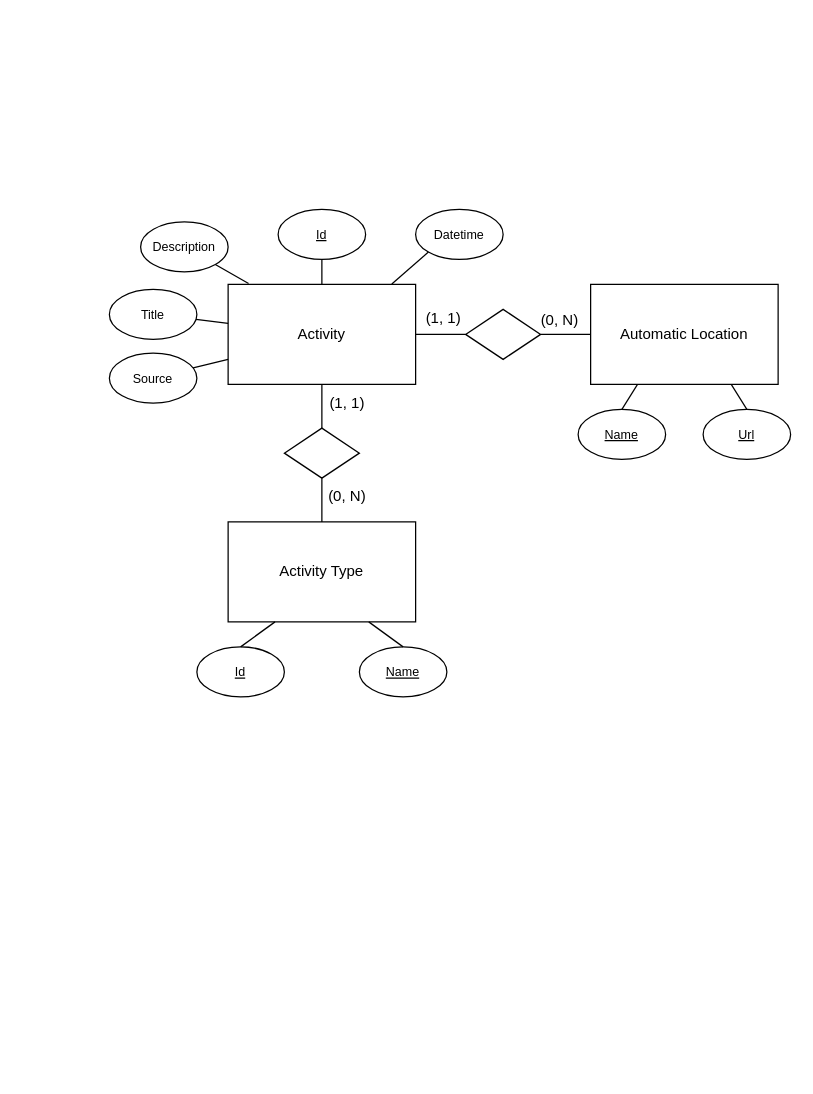
merojosa/agenda-cultural-cr keeps this draw.io diagram as packages/db-schema/assets/ACCR-EER.drawio. Above is the earlier version. Source tidied: cells renumbered, new cells numbered last; positions are measured from the earlier drawing's top-left corner, leaving out a move shared by most shapes. Both pictures are drawn from the tidied source at 125%, with x=0, y=0 at pixel (109, 209).
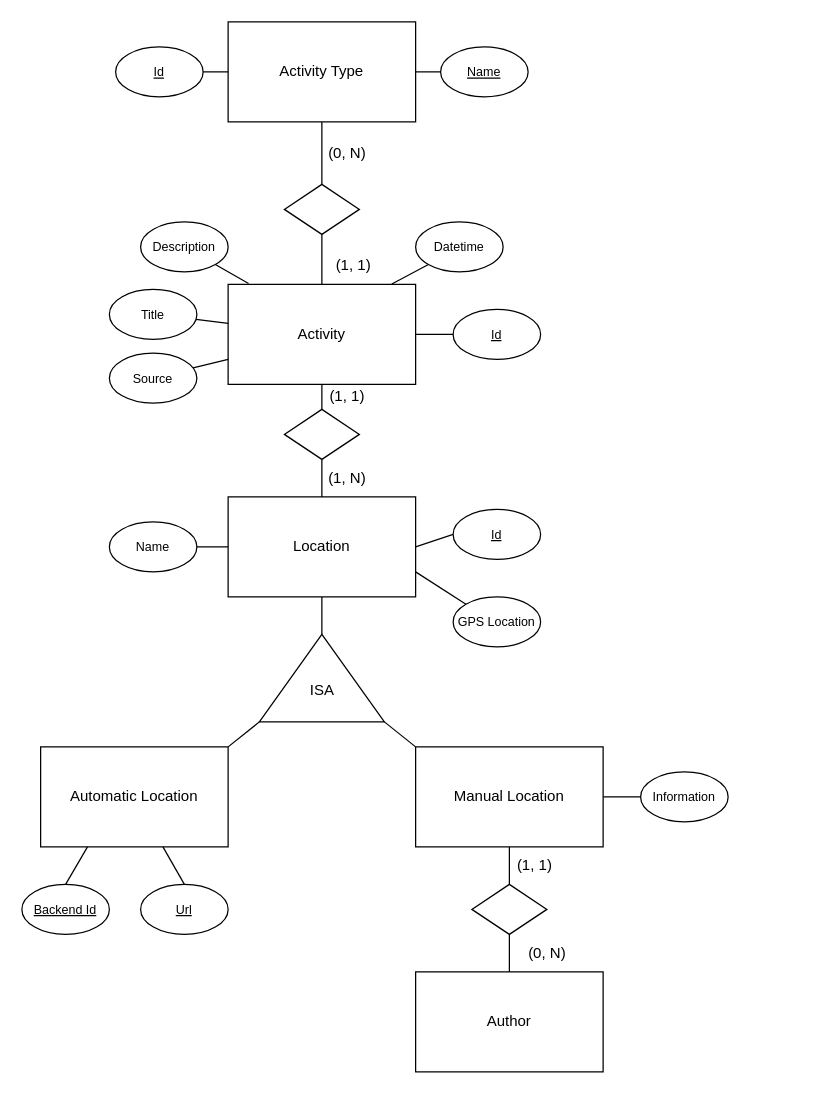
The same page after the edit.

Unchanged cells that the change refers to:
```xml
<mxCell id="3" value="Activity" style="rounded=0;whiteSpace=wrap;html=1;" parent="1" vertex="1">
  <mxGeometry x="95" y="60" width="150" height="80" as="geometry" />
</mxCell>
```

The edit, as a diff of the source:
```diff
@@
     <mxCell id="8" value="&lt;font style=&quot;font-size: 10px;&quot;&gt;Datetime&lt;/font&gt;" style="ellipse;whiteSpace=wrap;html=1;" parent="1" vertex="1">
-      <mxGeometry x="245" width="70" height="40" as="geometry" />
+      <mxGeometry x="245" y="10" width="70" height="40" as="geometry" />
     </mxCell>
@@
     <mxCell id="10" value="Activity Type" style="rounded=0;whiteSpace=wrap;html=1;" parent="1" vertex="1">
-      <mxGeometry x="95" y="250" width="150" height="80" as="geometry" />
+      <mxGeometry x="95" y="-150" width="150" height="80" as="geometry" />
     </mxCell>
@@
     <mxCell id="12" style="rhombus;whiteSpace=wrap;html=1;" parent="1" vertex="1">
-      <mxGeometry x="140" y="175" width="60" height="40" as="geometry" />
+      <mxGeometry x="140" y="-20" width="60" height="40" as="geometry" />
     </mxCell>
     <mxCell id="13" value="(0, N)" style="text;html=1;align=center;verticalAlign=middle;strokeColor=none;fillColor=none;" parent="1" vertex="1">
-      <mxGeometry x="165" y="215" width="50" height="30" as="geometry" />
+      <mxGeometry x="165" y="-60" width="50" height="30" as="geometry" />
     </mxCell>
     <mxCell id="14" value="(1, 1)" style="text;html=1;align=center;verticalAlign=middle;strokeColor=none;fillColor=none;" parent="1" vertex="1">
-      <mxGeometry x="165" y="140" width="50" height="30" as="geometry" />
+      <mxGeometry x="170" y="30" width="50" height="30" as="geometry" />
     </mxCell>
     <mxCell id="15" value="&lt;font style=&quot;font-size: 10px;&quot;&gt;&lt;u&gt;Id&lt;/u&gt;&lt;/font&gt;" style="ellipse;whiteSpace=wrap;html=1;" parent="1" vertex="1">
-      <mxGeometry x="70" y="350" width="70" height="40" as="geometry" />
+      <mxGeometry x="5" y="-130" width="70" height="40" as="geometry" />
     </mxCell>
     <mxCell id="16" value="&lt;font style=&quot;font-size: 10px;&quot;&gt;&lt;u&gt;Name&lt;/u&gt;&lt;/font&gt;" style="ellipse;whiteSpace=wrap;html=1;" parent="1" vertex="1">
-      <mxGeometry x="200" y="350" width="70" height="40" as="geometry" />
+      <mxGeometry x="265" y="-130" width="70" height="40" as="geometry" />
     </mxCell>
-    <mxCell id="17" style="endArrow=none;html=1;rounded=0;entryX=0.25;entryY=1;entryDx=0;entryDy=0;endFill=0;" parent="1" edge="1" target="10">
-      <mxGeometry relative="1" as="geometry">
-        <mxPoint x="105" y="350" as="sourcePoint" />
-      </mxGeometry>
+    <mxCell id="17" style="endArrow=none;html=1;rounded=0;entryX=0;entryY=0.5;entryDx=0;entryDy=0;endFill=0;exitX=1;exitY=0.5;exitDx=0;exitDy=0;" parent="1" edge="1" source="15" target="10">
+      <mxGeometry relative="1" as="geometry" />
     </mxCell>
-    <mxCell id="18" style="endArrow=none;html=1;rounded=0;entryX=0.75;entryY=1;entryDx=0;entryDy=0;exitX=0.5;exitY=0;exitDx=0;exitDy=0;endFill=0;" parent="1" edge="1" source="16" target="10">
+    <mxCell id="18" style="endArrow=none;html=1;rounded=0;entryX=1;entryY=0.5;entryDx=0;entryDy=0;exitX=0;exitY=0.5;exitDx=0;exitDy=0;endFill=0;" parent="1" edge="1" source="16" target="10">
       <mxGeometry relative="1" as="geometry" />
     </mxCell>
     <mxCell id="19" value="&lt;font style=&quot;font-size: 10px;&quot;&gt;&lt;u&gt;Id&lt;/u&gt;&lt;/font&gt;" style="ellipse;whiteSpace=wrap;html=1;" parent="1" vertex="1">
-      <mxGeometry x="135" width="70" height="40" as="geometry" />
+      <mxGeometry x="275" y="80" width="70" height="40" as="geometry" />
     </mxCell>
-    <mxCell id="20" style="endArrow=none;html=1;rounded=0;exitX=0.5;exitY=1;exitDx=0;exitDy=0;endFill=0;entryX=0.5;entryY=0;entryDx=0;entryDy=0;" parent="1" edge="1" source="19" target="3">
+    <mxCell id="20" style="endArrow=none;html=1;rounded=0;exitX=0;exitY=0.5;exitDx=0;exitDy=0;endFill=0;entryX=1;entryY=0.5;entryDx=0;entryDy=0;" parent="1" edge="1" source="19" target="3">
       <mxGeometry relative="1" as="geometry" />
     </mxCell>
+    <mxCell id="33" style="edgeStyle=orthogonalEdgeStyle;rounded=0;jettySize=auto;html=1;entryX=0;entryY=0;entryDx=50;entryDy=0;entryPerimeter=0;endArrow=none;endFill=0;" parent="1" edge="1" source="21" target="36">
+      <mxGeometry relative="1" as="geometry" />
+    </mxCell>
-    <mxCell id="21" value="Automatic Location" style="rounded=0;whiteSpace=wrap;html=1;" parent="1" vertex="1">
-      <mxGeometry x="385" y="60" width="150" height="80" as="geometry" />
+    <mxCell id="21" value="Location" style="rounded=0;whiteSpace=wrap;html=1;" parent="1" vertex="1">
+      <mxGeometry x="95" y="230" width="150" height="80" as="geometry" />
     </mxCell>
-    <mxCell id="22" value="&lt;font style=&quot;font-size: 10px;&quot;&gt;&lt;u&gt;Name&lt;/u&gt;&lt;/font&gt;" style="ellipse;whiteSpace=wrap;html=1;" parent="1" vertex="1">
-      <mxGeometry x="375" y="160" width="70" height="40" as="geometry" />
+    <mxCell id="22" value="&lt;font style=&quot;font-size: 10px;&quot;&gt;Name&lt;/font&gt;" style="ellipse;whiteSpace=wrap;html=1;" parent="1" vertex="1">
+      <mxGeometry y="250" width="70" height="40" as="geometry" />
     </mxCell>
-    <mxCell id="23" value="&lt;font style=&quot;font-size: 10px;&quot;&gt;&lt;u&gt;Url&lt;/u&gt;&lt;/font&gt;" style="ellipse;whiteSpace=wrap;html=1;" parent="1" vertex="1">
-      <mxGeometry x="475" y="160" width="70" height="40" as="geometry" />
+    <mxCell id="23" value="&lt;font style=&quot;font-size: 10px;&quot;&gt;&lt;u&gt;Id&lt;/u&gt;&lt;/font&gt;" style="ellipse;whiteSpace=wrap;html=1;" parent="1" vertex="1">
+      <mxGeometry x="275" y="240" width="70" height="40" as="geometry" />
     </mxCell>
@@
     <mxCell id="26" style="rhombus;whiteSpace=wrap;html=1;" parent="1" vertex="1">
-      <mxGeometry x="285" y="80" width="60" height="40" as="geometry" />
+      <mxGeometry x="140" y="160" width="60" height="40" as="geometry" />
     </mxCell>
     <mxCell id="27" value="(1, 1)" style="text;html=1;align=center;verticalAlign=middle;strokeColor=none;fillColor=none;" parent="1" vertex="1">
-      <mxGeometry x="242" y="72" width="50" height="30" as="geometry" />
+      <mxGeometry x="165" y="135" width="50" height="30" as="geometry" />
     </mxCell>
-    <mxCell id="28" value="(0, N)" style="text;html=1;align=center;verticalAlign=middle;strokeColor=none;fillColor=none;" parent="1" vertex="1">
-      <mxGeometry x="335" y="74" width="50" height="30" as="geometry" />
+    <mxCell id="28" value="(1, N)" style="text;html=1;align=center;verticalAlign=middle;strokeColor=none;fillColor=none;" parent="1" vertex="1">
+      <mxGeometry x="165" y="200" width="50" height="30" as="geometry" />
     </mxCell>
-    <mxCell id="29" style="endArrow=none;html=1;rounded=0;exitX=0.5;exitY=0;exitDx=0;exitDy=0;entryX=0.25;entryY=1;entryDx=0;entryDy=0;endFill=0;" parent="1" edge="1" source="22" target="21">
+    <mxCell id="29" style="endArrow=none;html=1;rounded=0;exitX=1;exitY=0.5;exitDx=0;exitDy=0;entryX=0;entryY=0.5;entryDx=0;entryDy=0;endFill=0;" parent="1" edge="1" source="22" target="21">
       <mxGeometry relative="1" as="geometry" />
     </mxCell>
-    <mxCell id="30" style="endArrow=none;html=1;rounded=0;exitX=0.75;exitY=1;exitDx=0;exitDy=0;entryX=0.5;entryY=0;entryDx=0;entryDy=0;endFill=0;" parent="1" edge="1" source="21" target="23">
+    <mxCell id="30" style="endArrow=none;html=1;rounded=0;exitX=1;exitY=0.5;exitDx=0;exitDy=0;entryX=0;entryY=0.5;entryDx=0;entryDy=0;endFill=0;" parent="1" edge="1" source="21" target="23">
       <mxGeometry relative="1" as="geometry" />
     </mxCell>
@@
+    <mxCell id="34" style="group;" parent="1" vertex="1">
+      <mxGeometry x="120" y="340" width="100" height="70" as="geometry" />
+    </mxCell>
+    <mxCell id="35" style="group;" parent="34" vertex="1">
+      <mxGeometry width="100" height="70" as="geometry" />
+    </mxCell>
+    <mxCell id="36" style="verticalLabelPosition=bottom;verticalAlign=top;html=1;shape=mxgraph.basic.acute_triangle;dx=0.5;" parent="35" vertex="1">
+      <mxGeometry width="100" height="70" as="geometry" />
+    </mxCell>
+    <mxCell id="37" value="ISA" style="text;html=1;align=center;verticalAlign=middle;strokeColor=none;fillColor=none;" parent="35" vertex="1">
+      <mxGeometry x="30" y="30" width="40" height="30" as="geometry" />
+    </mxCell>
+    <mxCell id="38" value="Automatic Location" style="rounded=0;whiteSpace=wrap;html=1;" parent="1" vertex="1">
+      <mxGeometry x="-55" y="430" width="150" height="80" as="geometry" />
+    </mxCell>
+    <mxCell id="39" value="Manual Location" style="rounded=0;whiteSpace=wrap;html=1;" parent="1" vertex="1">
+      <mxGeometry x="245" y="430" width="150" height="80" as="geometry" />
+    </mxCell>
+    <mxCell id="40" style="endArrow=none;html=1;rounded=0;entryX=0;entryY=1;entryDx=0;entryDy=0;entryPerimeter=0;exitX=1;exitY=0;exitDx=0;exitDy=0;" parent="1" edge="1" source="38" target="36">
+      <mxGeometry relative="1" as="geometry" />
+    </mxCell>
+    <mxCell id="41" style="endArrow=none;html=1;rounded=0;entryX=1;entryY=1;entryDx=0;entryDy=0;entryPerimeter=0;exitX=0;exitY=0;exitDx=0;exitDy=0;" parent="1" edge="1" source="39" target="36">
+      <mxGeometry relative="1" as="geometry" />
+    </mxCell>
+    <mxCell id="42" style="rounded=0;jettySize=auto;html=1;endArrow=none;endFill=0;exitX=0.5;exitY=0;exitDx=0;exitDy=0;" parent="1" edge="1" source="43" target="38">
+      <mxGeometry relative="1" as="geometry" />
+    </mxCell>
+    <mxCell id="43" value="&lt;font style=&quot;font-size: 10px;&quot;&gt;&lt;u&gt;Url&lt;/u&gt;&lt;/font&gt;" style="ellipse;whiteSpace=wrap;html=1;" parent="1" vertex="1">
+      <mxGeometry x="25" y="540" width="70" height="40" as="geometry" />
+    </mxCell>
+    <mxCell id="44" value="Author" style="rounded=0;whiteSpace=wrap;html=1;" parent="1" vertex="1">
+      <mxGeometry x="245" y="610" width="150" height="80" as="geometry" />
+    </mxCell>
+    <mxCell id="45" style="rhombus;whiteSpace=wrap;html=1;" parent="1" vertex="1">
+      <mxGeometry x="290" y="540" width="60" height="40" as="geometry" />
+    </mxCell>
+    <mxCell id="46" style="endArrow=none;html=1;rounded=0;entryX=0.5;entryY=1;entryDx=0;entryDy=0;exitX=0.5;exitY=0;exitDx=0;exitDy=0;" parent="1" edge="1" source="45" target="39">
+      <mxGeometry relative="1" as="geometry" />
+    </mxCell>
+    <mxCell id="47" style="endArrow=none;html=1;rounded=0;entryX=0.5;entryY=1;entryDx=0;entryDy=0;exitX=0.5;exitY=0;exitDx=0;exitDy=0;" parent="1" edge="1" source="44" target="45">
+      <mxGeometry relative="1" as="geometry" />
+    </mxCell>
+    <mxCell id="48" value="(1, 1)" style="text;html=1;align=center;verticalAlign=middle;strokeColor=none;fillColor=none;" parent="1" vertex="1">
+      <mxGeometry x="315" y="510" width="50" height="30" as="geometry" />
+    </mxCell>
+    <mxCell id="49" value="(0, N)" style="text;html=1;align=center;verticalAlign=middle;strokeColor=none;fillColor=none;" parent="1" vertex="1">
+      <mxGeometry x="325" y="580" width="50" height="30" as="geometry" />
+    </mxCell>
+    <mxCell id="50" value="&lt;font style=&quot;font-size: 10px;&quot;&gt;Information&lt;/font&gt;" style="ellipse;whiteSpace=wrap;html=1;" parent="1" vertex="1">
+      <mxGeometry x="425" y="450" width="70" height="40" as="geometry" />
+    </mxCell>
+    <mxCell id="51" style="endArrow=none;html=1;rounded=0;entryX=0;entryY=0.5;entryDx=0;entryDy=0;exitX=1;exitY=0.5;exitDx=0;exitDy=0;" parent="1" edge="1" source="39" target="50">
+      <mxGeometry relative="1" as="geometry" />
+    </mxCell>
+    <mxCell id="52" value="&lt;span style=&quot;font-size: 10px;&quot;&gt;GPS Location&lt;/span&gt;" style="ellipse;whiteSpace=wrap;html=1;" parent="1" vertex="1">
+      <mxGeometry x="275" y="310" width="70" height="40" as="geometry" />
+    </mxCell>
+    <mxCell id="53" style="endArrow=none;html=1;rounded=0;entryX=0;entryY=0;entryDx=0;entryDy=0;exitX=1;exitY=0.75;exitDx=0;exitDy=0;" parent="1" edge="1" source="21" target="52">
+      <mxGeometry relative="1" as="geometry" />
+    </mxCell>
+    <mxCell id="54" value="&lt;font style=&quot;font-size: 10px;&quot;&gt;&lt;u&gt;Backend Id&lt;/u&gt;&lt;/font&gt;" style="ellipse;whiteSpace=wrap;html=1;" parent="1" vertex="1">
+      <mxGeometry x="-70" y="540" width="70" height="40" as="geometry" />
+    </mxCell>
+    <mxCell id="55" style="endArrow=none;html=1;rounded=0;entryX=0.5;entryY=0;entryDx=0;entryDy=0;exitX=0.25;exitY=1;exitDx=0;exitDy=0;" parent="1" edge="1" source="38" target="54">
+      <mxGeometry relative="1" as="geometry" />
+    </mxCell>
```
